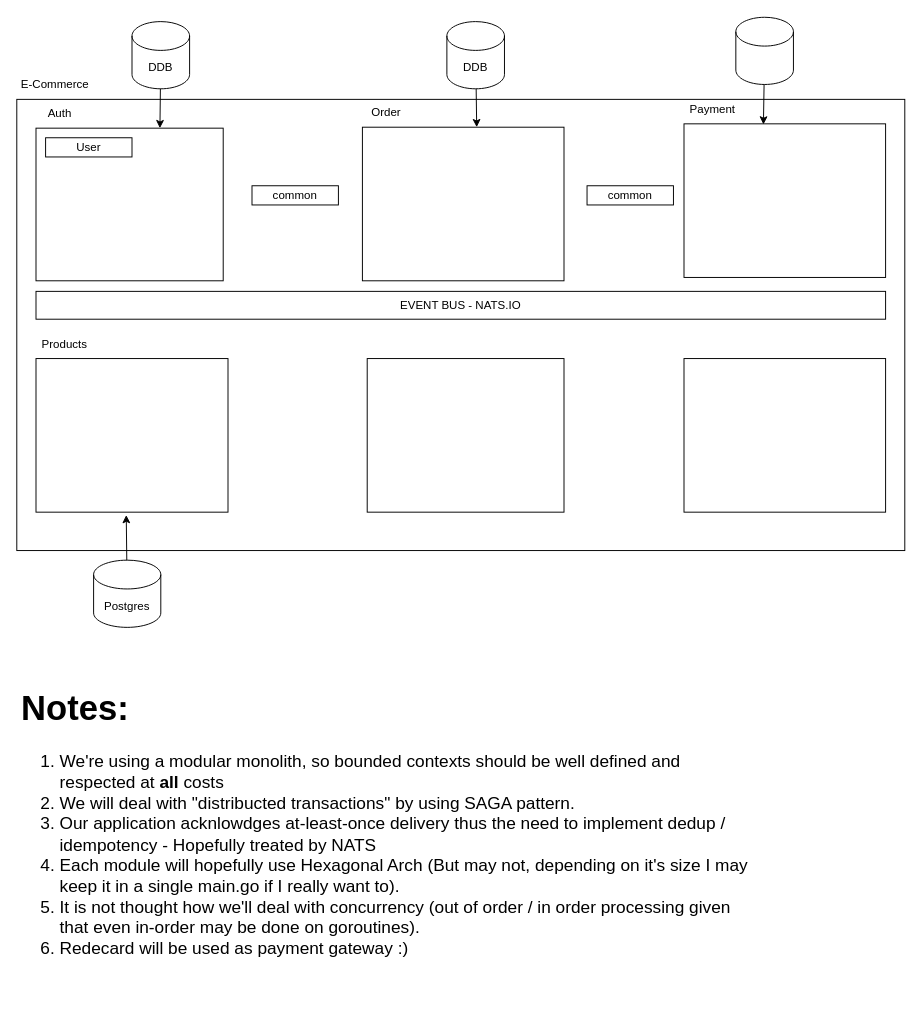
kauegatto/modular-ecommerce keeps this draw.io diagram as page "Architecture Overview" (1 of 3) of e-commerce.drawio. Above is the earlier version. Source tidied: cells renumbered, new cells numbered last; positions are measured from the earlier drawing's top-left corner, leaving out a move shared by most shapes. Both pictures are drawn from the tidied source at 96%, with x=0, y=0 at pixel (16, 17).
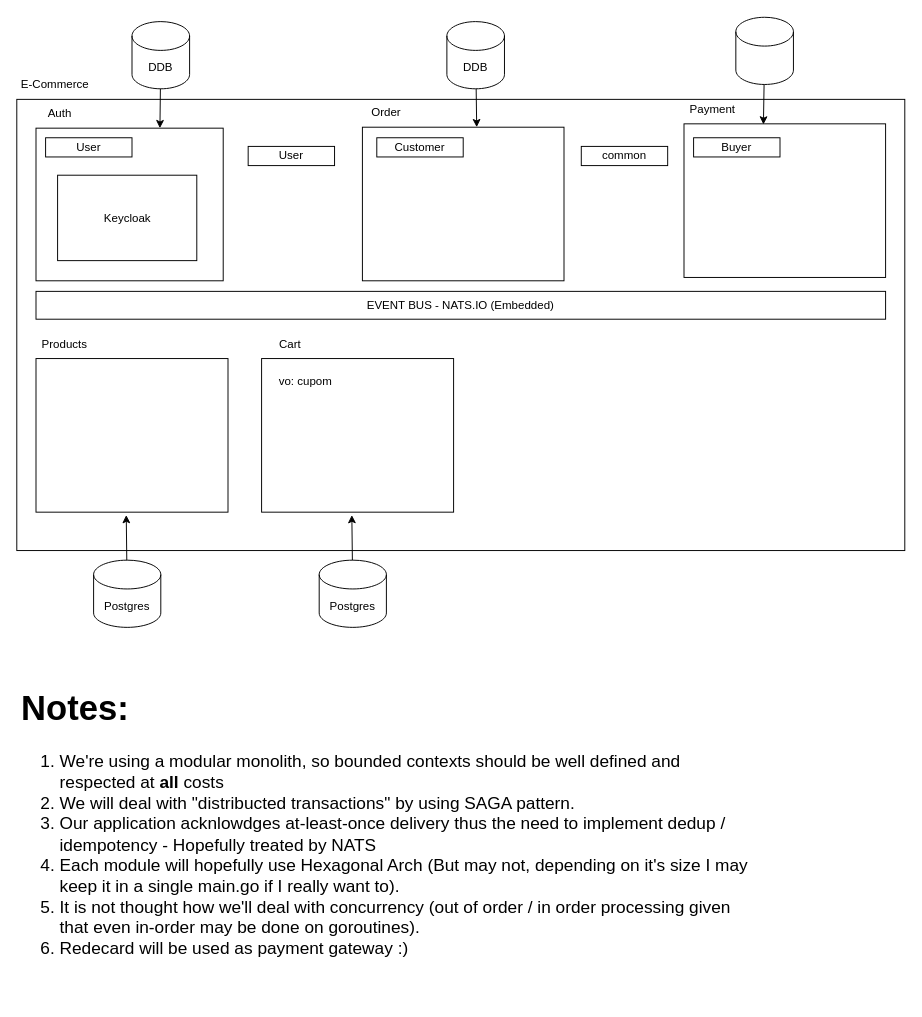
The same page after the edit.

The edit, as a diff of the source:
```diff
@@
-    <mxCell id="10" style="rounded=0;whiteSpace=wrap;html=1;fillColor=none;" parent="1" vertex="1">
-      <mxGeometry x="365" y="355" width="205" height="160" as="geometry" />
-    </mxCell>
@@
-    <mxCell id="12" style="rounded=0;whiteSpace=wrap;html=1;fillColor=none;" parent="1" vertex="1">
-      <mxGeometry x="695" y="355" width="210" height="160" as="geometry" />
-    </mxCell>
@@
-    <mxCell id="23" value="EVENT BUS - NATS.IO" style="rounded=0;whiteSpace=wrap;html=1;fillColor=none;fontColor=default;labelBackgroundColor=none;labelBorderColor=none;" parent="1" vertex="1">
+    <mxCell id="23" value="EVENT BUS - NATS.IO (Embedded)" style="rounded=0;whiteSpace=wrap;html=1;fillColor=none;fontColor=default;labelBackgroundColor=none;labelBorderColor=none;" parent="1" vertex="1">
       <mxGeometry x="20" y="285" width="885" height="29" as="geometry" />
     </mxCell>
@@
-    <mxCell id="25" value="common" style="rounded=0;whiteSpace=wrap;html=1;fillColor=none;" parent="1" vertex="1">
-      <mxGeometry x="245" y="175" width="90" height="20" as="geometry" />
-    </mxCell>
     <mxCell id="26" value="common" style="rounded=0;whiteSpace=wrap;html=1;fillColor=none;" parent="1" vertex="1">
-      <mxGeometry x="594" y="175" width="90" height="20" as="geometry" />
+      <mxGeometry x="588" y="134" width="90" height="20" as="geometry" />
     </mxCell>
+    <mxCell id="27" value="Keycloak" style="rounded=0;whiteSpace=wrap;html=1;fillColor=none;" parent="1" vertex="1">
+      <mxGeometry x="42.5" y="164" width="145" height="89" as="geometry" />
+    </mxCell>
+    <mxCell id="28" value="Customer" style="rounded=0;whiteSpace=wrap;html=1;fillColor=none;" parent="1" vertex="1">
+      <mxGeometry x="375" y="125" width="90" height="20" as="geometry" />
+    </mxCell>
+    <mxCell id="29" value="User" style="rounded=0;whiteSpace=wrap;html=1;fillColor=none;" parent="1" vertex="1">
+      <mxGeometry x="241" y="134" width="90" height="20" as="geometry" />
+    </mxCell>
+    <mxCell id="30" value="Buyer" style="rounded=0;whiteSpace=wrap;html=1;fillColor=none;" parent="1" vertex="1">
+      <mxGeometry x="705" y="125" width="90" height="20" as="geometry" />
+    </mxCell>
+    <mxCell id="31" style="rounded=0;whiteSpace=wrap;html=1;fillColor=none;" parent="1" vertex="1">
+      <mxGeometry x="255" y="355" width="200" height="160" as="geometry" />
+    </mxCell>
+    <mxCell id="32" value="Cart" style="text;html=1;strokeColor=none;fillColor=none;align=center;verticalAlign=middle;whiteSpace=wrap;rounded=0;" parent="1" vertex="1">
+      <mxGeometry x="255" y="325" width="60" height="30" as="geometry" />
+    </mxCell>
+    <mxCell id="33" style="edgeStyle=none;html=1;entryX=0.47;entryY=1.019;entryDx=0;entryDy=0;entryPerimeter=0;" parent="1" edge="1" source="34" target="31">
+      <mxGeometry relative="1" as="geometry" />
+    </mxCell>
+    <mxCell id="34" value="Postgres" style="shape=cylinder3;whiteSpace=wrap;html=1;boundedLbl=1;backgroundOutline=1;size=15;fillColor=none;" parent="1" vertex="1">
+      <mxGeometry x="315" y="565" width="70" height="70" as="geometry" />
+    </mxCell>
+    <mxCell id="35" value="vo: cupom" style="text;html=1;strokeColor=none;fillColor=none;align=center;verticalAlign=middle;whiteSpace=wrap;rounded=0;" parent="1" vertex="1">
+      <mxGeometry x="271" y="364" width="60" height="30" as="geometry" />
+    </mxCell>
```
